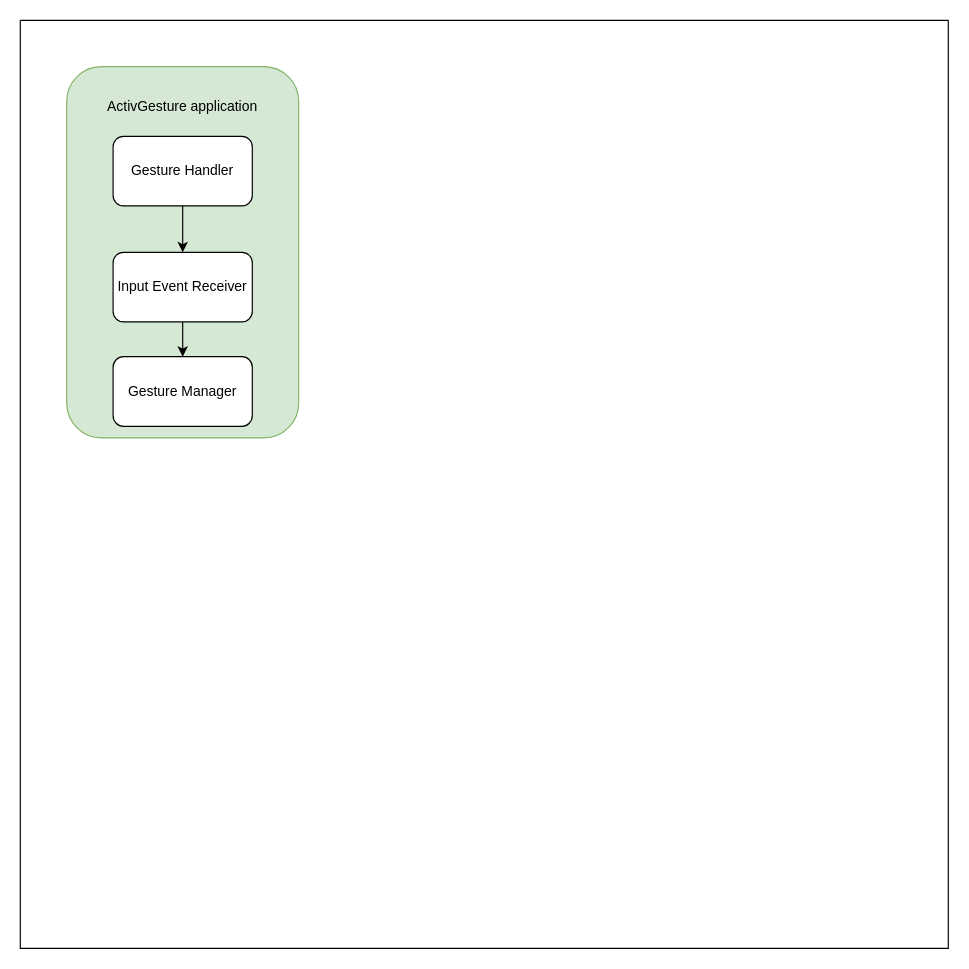
The draw.io diagram gesture_assistant.drawio in windboat/draw.io, before the edit. Source tidied: cells renumbered, new cells numbered last; positions are measured from the earlier drawing's top-left corner, leaving out a move shared by most shapes. Both pictures are drawn from the tidied source at 116%, with x=0, y=0 at pixel (20, 20).
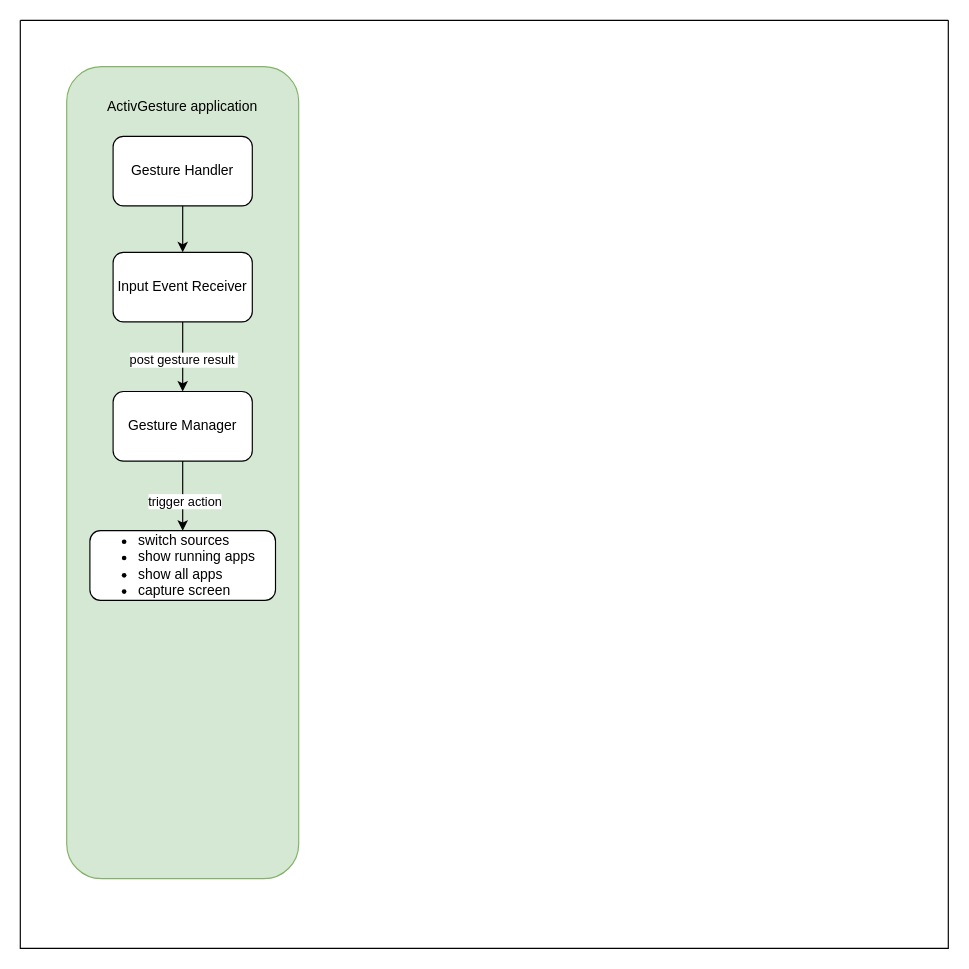
The same page after the edit.

Change to the diagram source:
```diff
@@
 <mxGraphModel>
   <root>
     <mxCell id="0" />
     <mxCell id="1" parent="0" />
     <mxCell id="2" style="swimlane;startSize=0;" parent="1" vertex="1">
       <mxGeometry width="800" height="800" as="geometry" />
     </mxCell>
     <mxCell id="3" style="rounded=1;whiteSpace=wrap;html=1;fillColor=#d5e8d4;strokeColor=#82b366;" parent="2" vertex="1">
-      <mxGeometry x="40" y="40" width="200" height="320" as="geometry" />
+      <mxGeometry x="40" y="40" width="200" height="700" as="geometry" />
     </mxCell>
     <mxCell id="4" value="ActivGesture application" style="text;html=1;strokeColor=none;fillColor=none;align=center;verticalAlign=middle;whiteSpace=wrap;rounded=0;" parent="2" vertex="1">
       <mxGeometry x="65" y="60" width="150" height="30" as="geometry" />
     </mxCell>
     <mxCell id="5" style="edgeStyle=orthogonalEdgeStyle;rounded=0;jettySize=auto;html=1;" parent="2" edge="1" source="6" target="8">
       <mxGeometry relative="1" as="geometry" />
     </mxCell>
     <mxCell id="6" value="Gesture Handler" style="rounded=1;whiteSpace=wrap;html=1;" parent="2" vertex="1">
       <mxGeometry x="80" y="100" width="120" height="60" as="geometry" />
     </mxCell>
     <mxCell id="7" style="edgeStyle=orthogonalEdgeStyle;rounded=0;jettySize=auto;html=1;" parent="2" edge="1" source="8" target="9">
       <mxGeometry relative="1" as="geometry" />
     </mxCell>
+    <mxCell id="10" value="post gesture result&amp;nbsp;" style="edgeLabel;html=1;align=center;verticalAlign=middle;" parent="7" vertex="1">
+      <mxGeometry x="0.07" relative="1" as="geometry" />
+    </mxCell>
     <mxCell id="8" value="Input Event Receiver" style="rounded=1;whiteSpace=wrap;html=1;" parent="2" vertex="1">
       <mxGeometry x="80" y="200" width="120" height="60" as="geometry" />
     </mxCell>
+    <mxCell id="11" style="edgeStyle=orthogonalEdgeStyle;rounded=0;jettySize=auto;html=1;" parent="2" edge="1" source="9" target="13">
+      <mxGeometry relative="1" as="geometry" />
+    </mxCell>
+    <mxCell id="12" value="trigger action" style="edgeLabel;html=1;align=center;verticalAlign=middle;" parent="11" vertex="1">
+      <mxGeometry x="0.12" y="1" relative="1" as="geometry" />
+    </mxCell>
     <mxCell id="9" value="Gesture Manager" style="rounded=1;whiteSpace=wrap;html=1;" parent="2" vertex="1">
-      <mxGeometry x="80" y="290" width="120" height="60" as="geometry" />
+      <mxGeometry x="80" y="320" width="120" height="60" as="geometry" />
     </mxCell>
+    <mxCell id="13" value="&lt;ul&gt;&lt;li&gt;&lt;span style=&quot;background-color: initial;&quot;&gt;switch sources&lt;/span&gt;&lt;/li&gt;&lt;li&gt;&lt;span style=&quot;background-color: initial;&quot;&gt;show running apps&lt;/span&gt;&lt;/li&gt;&lt;li&gt;&lt;span style=&quot;background-color: initial;&quot;&gt;show all apps&lt;/span&gt;&lt;/li&gt;&lt;li&gt;&lt;span style=&quot;background-color: initial;&quot;&gt;capture screen&lt;/span&gt;&lt;/li&gt;&lt;/ul&gt;" style="rounded=1;whiteSpace=wrap;html=1;align=left;" parent="2" vertex="1">
+      <mxGeometry x="60" y="440" width="160" height="60" as="geometry" />
+    </mxCell>
   </root>
 </mxGraphModel>
```
